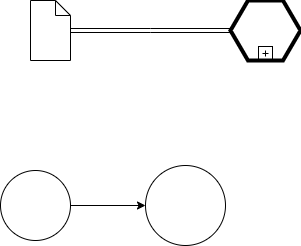
This is Untitled_Diagram.drawio.png from dkorolev13/test_drawio, a draw.io export, as it was before one commit. Source tidied: cells renumbered, new cells last; positions are measured from the earlier drawing's top-left corner, leaving out a move shared by most shapes.
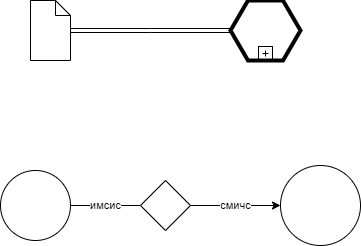
After the commit.

Diff of the diagram source:
```diff
@@ -14,14 +14,20 @@
     <mxCell id="4" style="shape=mxgraph.bpmn.conversation;perimeter=hexagonPerimeter2;whiteSpace=wrap;html=1;bpmnConversationType=call;isLoopSub=1;" parent="1" vertex="1">
       <mxGeometry x="230" width="70" height="60" as="geometry" />
     </mxCell>
-    <mxCell id="5" style="edgeStyle=orthogonalEdgeStyle;rounded=0;jettySize=auto;html=1;" parent="1" edge="1" source="6" target="7">
+    <mxCell id="5" value="смичс" style="edgeStyle=orthogonalEdgeStyle;rounded=0;jettySize=auto;html=1;startArrow=none;" parent="1" edge="1" source="9" target="7">
       <mxGeometry relative="1" as="geometry" />
     </mxCell>
     <mxCell id="6" style="points=[[0.145,0.145,0],[0.5,0,0],[0.855,0.145,0],[1,0.5,0],[0.855,0.855,0],[0.5,1,0],[0.145,0.855,0],[0,0.5,0]];shape=mxgraph.bpmn.event;html=1;verticalLabelPosition=bottom;labelBackgroundColor=#ffffff;verticalAlign=top;align=center;perimeter=ellipsePerimeter;outlineConnect=0;outline=standard;symbol=general;" parent="1" vertex="1">
       <mxGeometry y="170" width="70" height="70" as="geometry" />
     </mxCell>
     <mxCell id="7" style="ellipse;whiteSpace=wrap;html=1;verticalAlign=top;labelBackgroundColor=#ffffff;direction=south;" parent="1" vertex="1">
-      <mxGeometry x="145" y="165" width="80" height="80" as="geometry" />
+      <mxGeometry x="280" y="165" width="80" height="80" as="geometry" />
     </mxCell>
+    <mxCell id="8" value="имсис" style="edgeStyle=orthogonalEdgeStyle;rounded=0;jettySize=auto;html=1;endArrow=none;" parent="1" edge="1" source="6" target="9">
+      <mxGeometry relative="1" as="geometry" />
+    </mxCell>
+    <mxCell id="9" style="points=[[0.25,0.25,0],[0.5,0,0],[0.75,0.25,0],[1,0.5,0],[0.75,0.75,0],[0.5,1,0],[0.25,0.75,0],[0,0.5,0]];shape=mxgraph.bpmn.gateway2;html=1;verticalLabelPosition=bottom;labelBackgroundColor=#ffffff;verticalAlign=top;align=center;perimeter=rhombusPerimeter;outlineConnect=0;outline=none;symbol=none;" parent="1" vertex="1">
+      <mxGeometry x="140" y="180" width="50" height="50" as="geometry" />
+    </mxCell>
   </root>
 </mxGraphModel>
```
